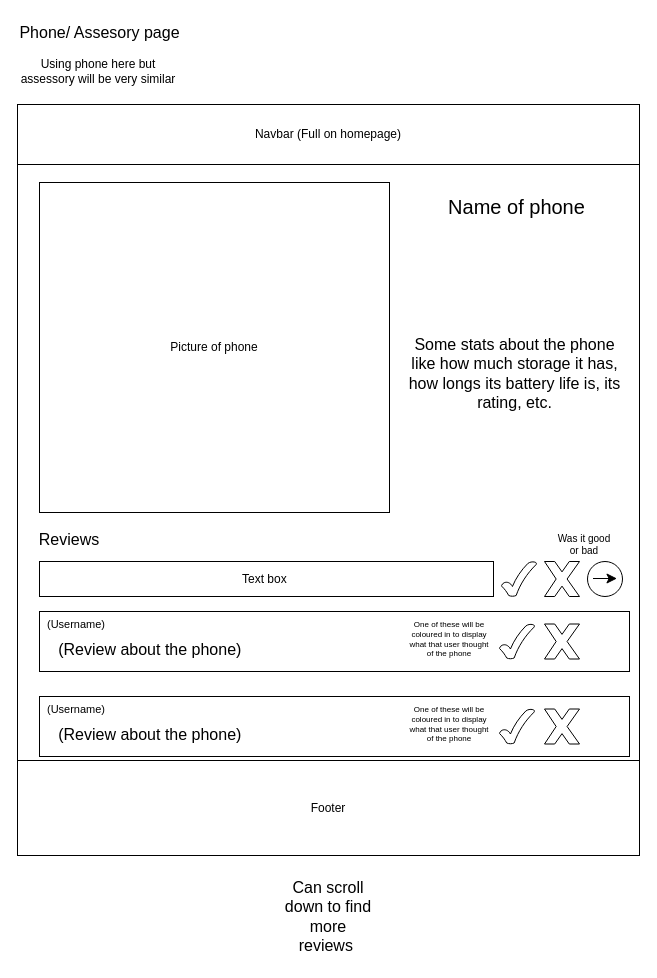
Earlier version of the draw.io diagram page "Phone page" (5 of 8) of wireframes/Wireframe Design A.drawio (Adam-Spenton/unit_13_assignment_2_Adam_Spenton). Source tidied: cells renumbered, new cells numbered last; positions are measured from the earlier drawing's top-left corner, leaving out a move shared by most shapes. Both pictures are drawn from the tidied source at 100%, with x=0, y=0 at pixel (17, 17).
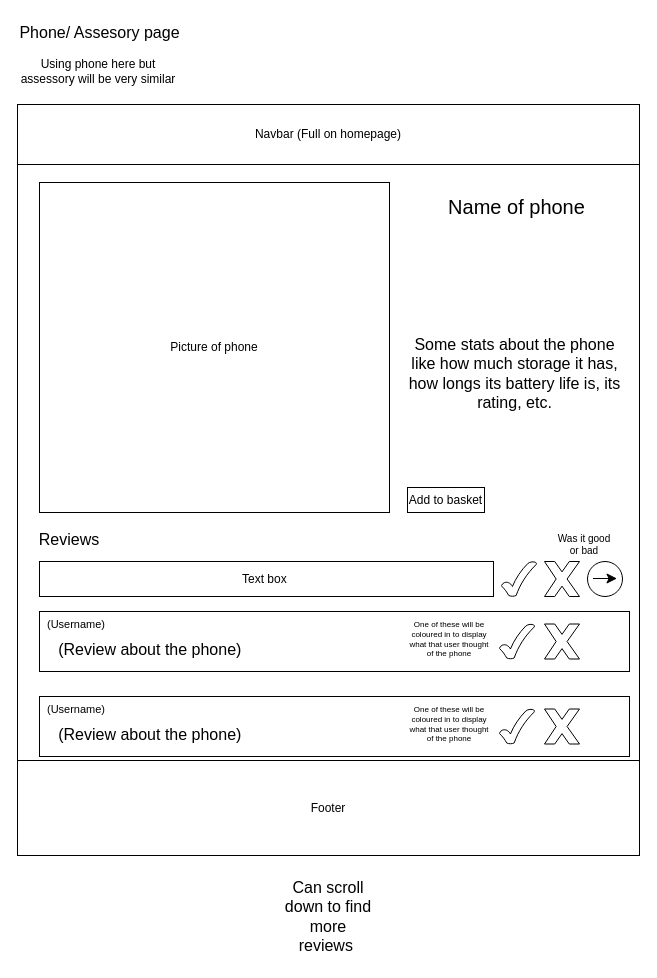
Above is the later version.

Commit message (it also covers changes not shown here):
Started Wireframe design 2

What changed in the source:
```diff
@@
+    <mxCell id="30" value="Add to basket" style="rounded=0;whiteSpace=wrap;html=1;" parent="1" vertex="1">
+      <mxGeometry x="390" y="470" width="77" height="25" as="geometry" />
+    </mxCell>
```
